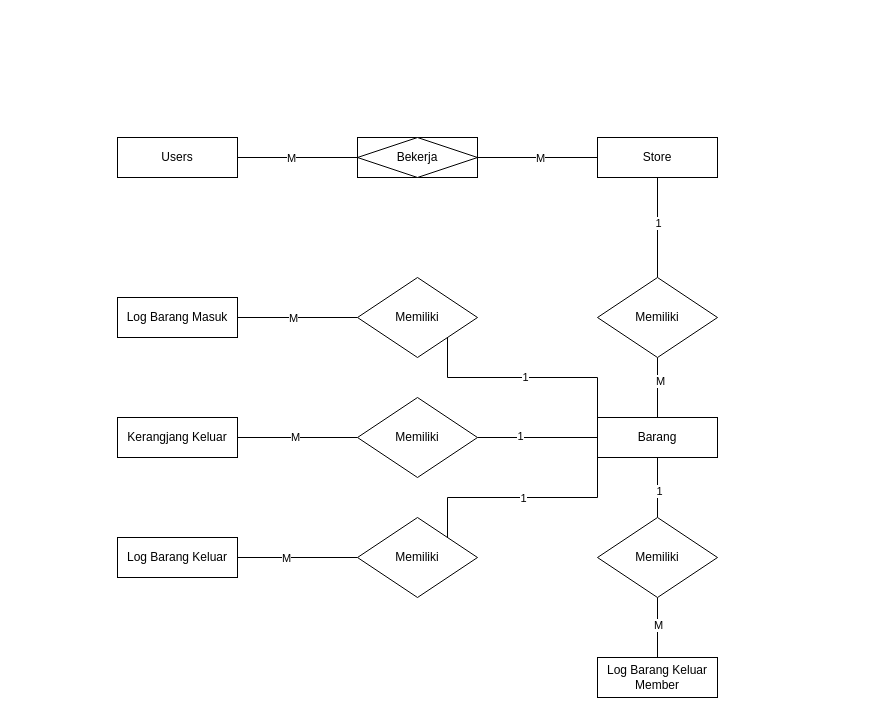
This is page "ERD" (13 of 13) of Sistem Informasi dan Inventory/Sistem informasi penjualan dan inventory.drawio from umarshd/dfd-skripsi, a draw.io file, before an edit. Source tidied: cells renumbered, new cells numbered last; positions are measured from the earlier drawing's top-left corner, leaving out a move shared by most shapes. Both pictures are drawn from the tidied source at 100%, with x=0, y=0 at pixel (117, 137).
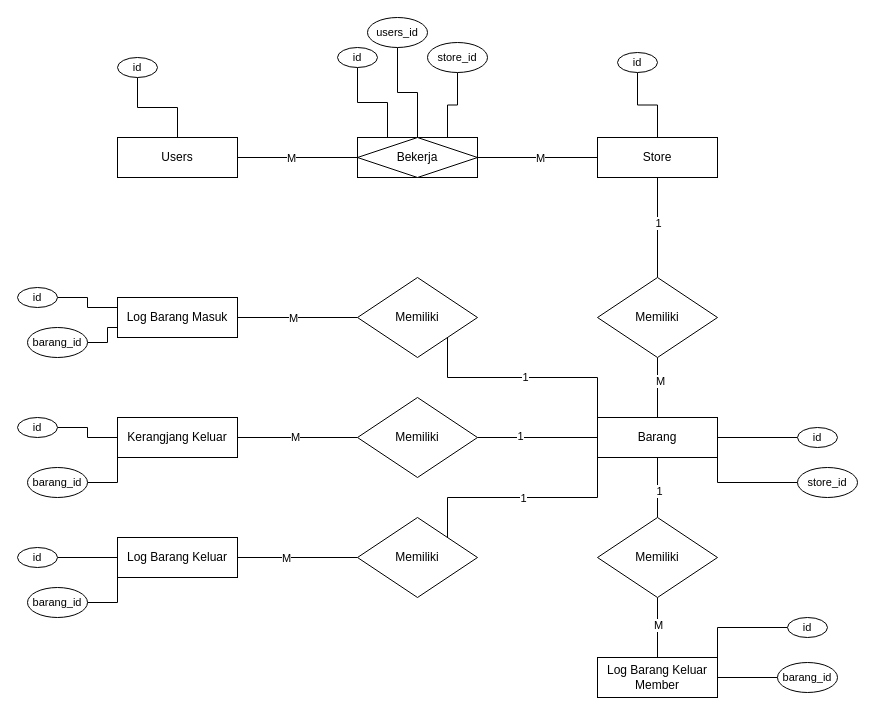
Above is the later version.

Unchanged cells that the change refers to:
```xml
<mxCell id="2" style="rounded=0;whiteSpace=wrap;html=1;" parent="1" vertex="1">
  <mxGeometry x="240" width="120" height="40" as="geometry" />
</mxCell>
<mxCell id="5" value="Users" style="rounded=0;whiteSpace=wrap;html=1;" parent="1" vertex="1">
  <mxGeometry width="120" height="40" as="geometry" />
</mxCell>
<mxCell id="8" value="Store" style="rounded=0;whiteSpace=wrap;html=1;" parent="1" vertex="1">
  <mxGeometry x="480" width="120" height="40" as="geometry" />
</mxCell>
<mxCell id="17" value="Barang" style="rounded=0;whiteSpace=wrap;html=1;" parent="1" vertex="1">
  <mxGeometry x="480" y="280" width="120" height="40" as="geometry" />
</mxCell>
<mxCell id="18" value="Log Barang Masuk" style="rounded=0;whiteSpace=wrap;html=1;" parent="1" vertex="1">
  <mxGeometry y="160" width="120" height="40" as="geometry" />
</mxCell>
<mxCell id="19" value="Log Barang Keluar" style="rounded=0;whiteSpace=wrap;html=1;" parent="1" vertex="1">
  <mxGeometry y="400" width="120" height="40" as="geometry" />
</mxCell>
<mxCell id="20" value="Log Barang Keluar Member" style="rounded=0;whiteSpace=wrap;html=1;" parent="1" vertex="1">
  <mxGeometry x="480" y="520" width="120" height="40" as="geometry" />
</mxCell>
<mxCell id="21" value="Kerangjang Keluar" style="rounded=0;whiteSpace=wrap;html=1;" parent="1" vertex="1">
  <mxGeometry y="280" width="120" height="40" as="geometry" />
</mxCell>
<mxCell id="24" value="Bekerja" style="rhombus;whiteSpace=wrap;html=1;" parent="1" vertex="1">
  <mxGeometry x="240" width="120" height="40" as="geometry" />
</mxCell>
```

Change to the diagram source:
```diff
@@
+    <mxCell id="41" style="edgeStyle=orthogonalEdgeStyle;shape=connector;rounded=0;jettySize=auto;html=1;entryX=0.5;entryY=0;entryDx=0;entryDy=0;labelBackgroundColor=default;strokeColor=default;fontFamily=Helvetica;fontSize=11;fontColor=default;endArrow=none;endFill=0;" parent="1" edge="1" source="42" target="5">
+      <mxGeometry relative="1" as="geometry" />
+    </mxCell>
+    <mxCell id="42" value="id" style="ellipse;whiteSpace=wrap;html=1;fontFamily=Helvetica;fontSize=11;fontColor=default;" parent="1" vertex="1">
+      <mxGeometry y="-80" width="40" height="20" as="geometry" />
+    </mxCell>
+    <mxCell id="43" style="edgeStyle=orthogonalEdgeStyle;shape=connector;rounded=0;jettySize=auto;html=1;entryX=0.25;entryY=0;entryDx=0;entryDy=0;labelBackgroundColor=default;strokeColor=default;fontFamily=Helvetica;fontSize=11;fontColor=default;endArrow=none;endFill=0;" parent="1" edge="1" source="44" target="2">
+      <mxGeometry relative="1" as="geometry" />
+    </mxCell>
+    <mxCell id="44" value="id" style="ellipse;whiteSpace=wrap;html=1;fontFamily=Helvetica;fontSize=11;fontColor=default;" parent="1" vertex="1">
+      <mxGeometry x="220" y="-90" width="40" height="20" as="geometry" />
+    </mxCell>
+    <mxCell id="45" style="edgeStyle=orthogonalEdgeStyle;shape=connector;rounded=0;jettySize=auto;html=1;exitX=0.5;exitY=1;exitDx=0;exitDy=0;entryX=0.5;entryY=0;entryDx=0;entryDy=0;labelBackgroundColor=default;strokeColor=default;fontFamily=Helvetica;fontSize=11;fontColor=default;endArrow=none;endFill=0;" parent="1" edge="1" source="46" target="24">
+      <mxGeometry relative="1" as="geometry" />
+    </mxCell>
+    <mxCell id="46" value="users_id" style="ellipse;whiteSpace=wrap;html=1;fontFamily=Helvetica;fontSize=11;fontColor=default;" parent="1" vertex="1">
+      <mxGeometry x="250" y="-120" width="60" height="30" as="geometry" />
+    </mxCell>
+    <mxCell id="47" style="edgeStyle=orthogonalEdgeStyle;shape=connector;rounded=0;jettySize=auto;html=1;entryX=0.75;entryY=0;entryDx=0;entryDy=0;labelBackgroundColor=default;strokeColor=default;fontFamily=Helvetica;fontSize=11;fontColor=default;endArrow=none;endFill=0;" parent="1" edge="1" source="48" target="2">
+      <mxGeometry relative="1" as="geometry" />
+    </mxCell>
+    <mxCell id="48" value="store_id" style="ellipse;whiteSpace=wrap;html=1;fontFamily=Helvetica;fontSize=11;fontColor=default;" parent="1" vertex="1">
+      <mxGeometry x="310" y="-95" width="60" height="30" as="geometry" />
+    </mxCell>
+    <mxCell id="49" style="edgeStyle=orthogonalEdgeStyle;shape=connector;rounded=0;jettySize=auto;html=1;entryX=0.5;entryY=0;entryDx=0;entryDy=0;labelBackgroundColor=default;strokeColor=default;fontFamily=Helvetica;fontSize=11;fontColor=default;endArrow=none;endFill=0;" parent="1" edge="1" source="50" target="8">
+      <mxGeometry relative="1" as="geometry" />
+    </mxCell>
+    <mxCell id="50" value="id" style="ellipse;whiteSpace=wrap;html=1;fontFamily=Helvetica;fontSize=11;fontColor=default;" parent="1" vertex="1">
+      <mxGeometry x="500" y="-85" width="40" height="20" as="geometry" />
+    </mxCell>
+    <mxCell id="51" style="edgeStyle=orthogonalEdgeStyle;shape=connector;rounded=0;jettySize=auto;html=1;labelBackgroundColor=default;strokeColor=default;fontFamily=Helvetica;fontSize=11;fontColor=default;endArrow=none;endFill=0;" parent="1" edge="1" source="52" target="17">
+      <mxGeometry relative="1" as="geometry" />
+    </mxCell>
+    <mxCell id="52" value="id" style="ellipse;whiteSpace=wrap;html=1;fontFamily=Helvetica;fontSize=11;fontColor=default;" parent="1" vertex="1">
+      <mxGeometry x="680" y="290" width="40" height="20" as="geometry" />
+    </mxCell>
+    <mxCell id="53" style="edgeStyle=orthogonalEdgeStyle;shape=connector;rounded=0;jettySize=auto;html=1;entryX=1;entryY=1;entryDx=0;entryDy=0;labelBackgroundColor=default;strokeColor=default;fontFamily=Helvetica;fontSize=11;fontColor=default;endArrow=none;endFill=0;" parent="1" edge="1" source="54" target="17">
+      <mxGeometry relative="1" as="geometry" />
+    </mxCell>
+    <mxCell id="54" value="store_id" style="ellipse;whiteSpace=wrap;html=1;fontFamily=Helvetica;fontSize=11;fontColor=default;" parent="1" vertex="1">
+      <mxGeometry x="680" y="330" width="60" height="30" as="geometry" />
+    </mxCell>
+    <mxCell id="55" style="edgeStyle=orthogonalEdgeStyle;shape=connector;rounded=0;jettySize=auto;html=1;labelBackgroundColor=default;strokeColor=default;fontFamily=Helvetica;fontSize=11;fontColor=default;endArrow=none;endFill=0;" parent="1" edge="1" source="56" target="20">
+      <mxGeometry relative="1" as="geometry" />
+    </mxCell>
+    <mxCell id="56" value="barang_id" style="ellipse;whiteSpace=wrap;html=1;fontFamily=Helvetica;fontSize=11;fontColor=default;" parent="1" vertex="1">
+      <mxGeometry x="660" y="525" width="60" height="30" as="geometry" />
+    </mxCell>
+    <mxCell id="57" style="edgeStyle=orthogonalEdgeStyle;shape=connector;rounded=0;jettySize=auto;html=1;entryX=1;entryY=0;entryDx=0;entryDy=0;labelBackgroundColor=default;strokeColor=default;fontFamily=Helvetica;fontSize=11;fontColor=default;endArrow=none;endFill=0;" parent="1" edge="1" source="58" target="20">
+      <mxGeometry relative="1" as="geometry" />
+    </mxCell>
+    <mxCell id="58" value="id" style="ellipse;whiteSpace=wrap;html=1;fontFamily=Helvetica;fontSize=11;fontColor=default;" parent="1" vertex="1">
+      <mxGeometry x="670" y="480" width="40" height="20" as="geometry" />
+    </mxCell>
+    <mxCell id="59" style="edgeStyle=orthogonalEdgeStyle;shape=connector;rounded=0;jettySize=auto;html=1;entryX=0;entryY=1;entryDx=0;entryDy=0;labelBackgroundColor=default;strokeColor=default;fontFamily=Helvetica;fontSize=11;fontColor=default;endArrow=none;endFill=0;" parent="1" edge="1" source="60" target="19">
+      <mxGeometry relative="1" as="geometry" />
+    </mxCell>
+    <mxCell id="60" value="barang_id" style="ellipse;whiteSpace=wrap;html=1;fontFamily=Helvetica;fontSize=11;fontColor=default;" parent="1" vertex="1">
+      <mxGeometry x="-90" y="450" width="60" height="30" as="geometry" />
+    </mxCell>
+    <mxCell id="61" style="edgeStyle=orthogonalEdgeStyle;shape=connector;rounded=0;jettySize=auto;html=1;labelBackgroundColor=default;strokeColor=default;fontFamily=Helvetica;fontSize=11;fontColor=default;endArrow=none;endFill=0;" parent="1" edge="1" source="62" target="19">
+      <mxGeometry relative="1" as="geometry" />
+    </mxCell>
+    <mxCell id="62" value="id" style="ellipse;whiteSpace=wrap;html=1;fontFamily=Helvetica;fontSize=11;fontColor=default;" parent="1" vertex="1">
+      <mxGeometry x="-100" y="410" width="40" height="20" as="geometry" />
+    </mxCell>
+    <mxCell id="63" style="edgeStyle=orthogonalEdgeStyle;shape=connector;rounded=0;jettySize=auto;html=1;entryX=0;entryY=1;entryDx=0;entryDy=0;labelBackgroundColor=default;strokeColor=default;fontFamily=Helvetica;fontSize=11;fontColor=default;endArrow=none;endFill=0;" parent="1" edge="1" source="64" target="21">
+      <mxGeometry relative="1" as="geometry" />
+    </mxCell>
+    <mxCell id="64" value="barang_id" style="ellipse;whiteSpace=wrap;html=1;fontFamily=Helvetica;fontSize=11;fontColor=default;" parent="1" vertex="1">
+      <mxGeometry x="-90" y="330" width="60" height="30" as="geometry" />
+    </mxCell>
+    <mxCell id="65" style="edgeStyle=orthogonalEdgeStyle;shape=connector;rounded=0;jettySize=auto;html=1;entryX=0;entryY=0.5;entryDx=0;entryDy=0;labelBackgroundColor=default;strokeColor=default;fontFamily=Helvetica;fontSize=11;fontColor=default;endArrow=none;endFill=0;" parent="1" edge="1" source="66" target="21">
+      <mxGeometry relative="1" as="geometry" />
+    </mxCell>
+    <mxCell id="66" value="id" style="ellipse;whiteSpace=wrap;html=1;fontFamily=Helvetica;fontSize=11;fontColor=default;" parent="1" vertex="1">
+      <mxGeometry x="-100" y="280" width="40" height="20" as="geometry" />
+    </mxCell>
+    <mxCell id="67" style="edgeStyle=orthogonalEdgeStyle;shape=connector;rounded=0;jettySize=auto;html=1;entryX=0;entryY=0.75;entryDx=0;entryDy=0;labelBackgroundColor=default;strokeColor=default;fontFamily=Helvetica;fontSize=11;fontColor=default;endArrow=none;endFill=0;" parent="1" edge="1" source="68" target="18">
+      <mxGeometry relative="1" as="geometry" />
+    </mxCell>
+    <mxCell id="68" value="barang_id" style="ellipse;whiteSpace=wrap;html=1;fontFamily=Helvetica;fontSize=11;fontColor=default;" parent="1" vertex="1">
+      <mxGeometry x="-90" y="190" width="60" height="30" as="geometry" />
+    </mxCell>
+    <mxCell id="69" style="edgeStyle=orthogonalEdgeStyle;shape=connector;rounded=0;jettySize=auto;html=1;entryX=0;entryY=0.25;entryDx=0;entryDy=0;labelBackgroundColor=default;strokeColor=default;fontFamily=Helvetica;fontSize=11;fontColor=default;endArrow=none;endFill=0;" parent="1" edge="1" source="70" target="18">
+      <mxGeometry relative="1" as="geometry" />
+    </mxCell>
+    <mxCell id="70" value="id" style="ellipse;whiteSpace=wrap;html=1;fontFamily=Helvetica;fontSize=11;fontColor=default;" parent="1" vertex="1">
+      <mxGeometry x="-100" y="150" width="40" height="20" as="geometry" />
+    </mxCell>
```
